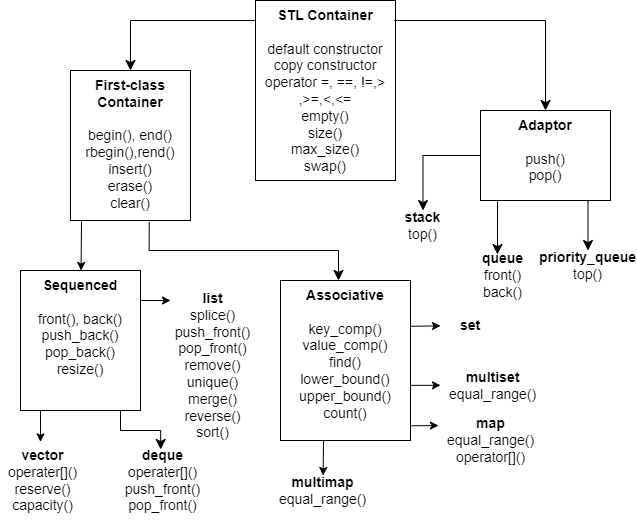
zhaoyan/dev_doc keeps this draw.io diagram as cpp/pics/container.drawio.png. Above is the earlier version. Source tidied: cells renumbered, new cells last; positions are measured from the earlier drawing's top-left corner, leaving out a move shared by most shapes.
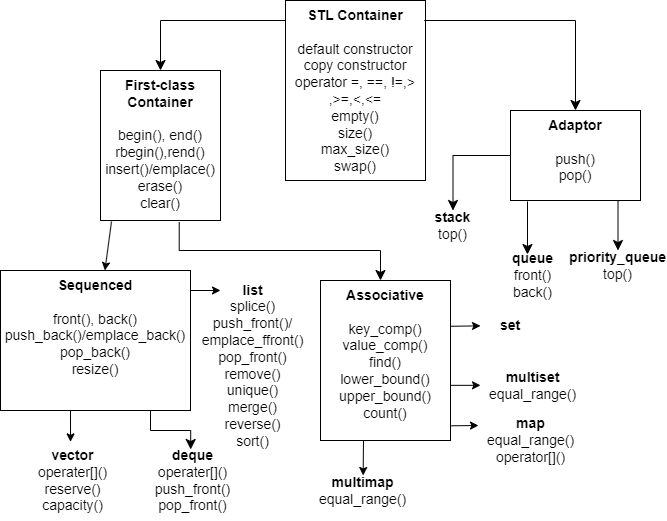
The same diagram one commit later.

Change to the diagram source:
```diff
@@ -8,29 +8,29 @@
     <mxCell id="3" value="&lt;b&gt;Adaptor&lt;/b&gt;&lt;br&gt;&lt;div style=&quot;font-size: 14px;&quot;&gt;&lt;br&gt;&lt;/div&gt;&lt;div style=&quot;font-size: 14px;&quot;&gt;push()&lt;/div&gt;&lt;div style=&quot;font-size: 14px;&quot;&gt;pop()&lt;/div&gt;" style="rounded=0;whiteSpace=wrap;html=1;verticalAlign=top;fontSize=14;" parent="1" vertex="1">
       <mxGeometry x="480" y="110" width="130" height="90" as="geometry" />
     </mxCell>
-    <mxCell id="4" value="&lt;b style=&quot;font-size: 14px;&quot;&gt;First-class Container&lt;/b&gt;&lt;div style=&quot;font-size: 14px;&quot;&gt;&lt;br&gt;&lt;/div&gt;&lt;div style=&quot;font-size: 14px;&quot;&gt;begin(), end()&lt;/div&gt;&lt;div style=&quot;font-size: 14px;&quot;&gt;rbegin(),rend()&lt;/div&gt;&lt;div style=&quot;font-size: 14px;&quot;&gt;insert()&lt;/div&gt;&lt;div style=&quot;font-size: 14px;&quot;&gt;erase()&lt;/div&gt;&lt;div style=&quot;font-size: 14px;&quot;&gt;clear()&lt;/div&gt;" style="rounded=0;whiteSpace=wrap;html=1;verticalAlign=top;fontSize=14;" parent="1" vertex="1">
+    <mxCell id="4" value="&lt;b style=&quot;font-size: 14px;&quot;&gt;First-class Container&lt;/b&gt;&lt;div style=&quot;font-size: 14px;&quot;&gt;&lt;br&gt;&lt;/div&gt;&lt;div style=&quot;font-size: 14px;&quot;&gt;begin(), end()&lt;/div&gt;&lt;div style=&quot;font-size: 14px;&quot;&gt;rbegin(),rend()&lt;/div&gt;&lt;div style=&quot;font-size: 14px;&quot;&gt;insert()/emplace()&lt;/div&gt;&lt;div style=&quot;font-size: 14px;&quot;&gt;erase()&lt;/div&gt;&lt;div style=&quot;font-size: 14px;&quot;&gt;clear()&lt;/div&gt;" style="rounded=0;whiteSpace=wrap;html=1;verticalAlign=top;fontSize=14;" parent="1" vertex="1">
       <mxGeometry x="70" y="70" width="120" height="150" as="geometry" />
     </mxCell>
-    <mxCell id="5" value="&lt;b&gt;Sequenced&lt;/b&gt;&lt;br&gt;&lt;div style=&quot;font-size: 14px;&quot;&gt;&lt;br&gt;&lt;/div&gt;&lt;div style=&quot;font-size: 14px;&quot;&gt;front(), back()&lt;/div&gt;&lt;div style=&quot;font-size: 14px;&quot;&gt;push_back()&lt;/div&gt;&lt;div style=&quot;font-size: 14px;&quot;&gt;pop_back()&lt;/div&gt;&lt;div style=&quot;font-size: 14px;&quot;&gt;resize()&lt;/div&gt;" style="rounded=0;whiteSpace=wrap;html=1;verticalAlign=top;fontSize=14;" parent="1" vertex="1">
-      <mxGeometry x="20" y="270" width="120" height="140" as="geometry" />
+    <mxCell id="5" value="&lt;b&gt;Sequenced&lt;/b&gt;&lt;br&gt;&lt;div style=&quot;font-size: 14px;&quot;&gt;&lt;br&gt;&lt;/div&gt;&lt;div style=&quot;font-size: 14px;&quot;&gt;front(), back()&lt;/div&gt;&lt;div style=&quot;font-size: 14px;&quot;&gt;push_back()&lt;span style=&quot;background-color: initial;&quot;&gt;/emplace_back()&lt;/span&gt;&lt;/div&gt;&lt;div style=&quot;font-size: 14px;&quot;&gt;pop_back()&lt;/div&gt;&lt;div style=&quot;font-size: 14px;&quot;&gt;resize()&lt;/div&gt;" style="rounded=0;whiteSpace=wrap;html=1;verticalAlign=top;fontSize=14;" parent="1" vertex="1">
+      <mxGeometry x="-30" y="270" width="190" height="140" as="geometry" />
     </mxCell>
     <mxCell id="6" value="&lt;b&gt;Associative&lt;/b&gt;&lt;br&gt;&lt;div style=&quot;font-size: 14px;&quot;&gt;&lt;br&gt;&lt;/div&gt;&lt;div style=&quot;font-size: 14px;&quot;&gt;key_comp()&lt;/div&gt;&lt;div style=&quot;font-size: 14px;&quot;&gt;value_comp()&lt;/div&gt;&lt;div style=&quot;font-size: 14px;&quot;&gt;find()&lt;/div&gt;&lt;div style=&quot;font-size: 14px;&quot;&gt;lower_bound()&lt;/div&gt;&lt;div style=&quot;font-size: 14px;&quot;&gt;upper_bound()&lt;/div&gt;&lt;div style=&quot;font-size: 14px;&quot;&gt;count()&lt;/div&gt;" style="rounded=0;whiteSpace=wrap;html=1;verticalAlign=top;fontSize=14;" parent="1" vertex="1">
-      <mxGeometry x="280" y="280" width="130" height="160" as="geometry" />
+      <mxGeometry x="290" y="280" width="130" height="160" as="geometry" />
     </mxCell>
     <mxCell id="7" value="&lt;b&gt;set&lt;/b&gt;" style="text;html=1;align=center;verticalAlign=middle;whiteSpace=wrap;rounded=0;fontSize=14;" parent="1" vertex="1">
-      <mxGeometry x="440" y="310" width="60" height="30" as="geometry" />
+      <mxGeometry x="450" y="310" width="60" height="30" as="geometry" />
     </mxCell>
     <mxCell id="8" value="&lt;b&gt;multiset&lt;/b&gt;&lt;div style=&quot;font-size: 14px;&quot;&gt;equal_range()&lt;/div&gt;" style="text;html=1;align=center;verticalAlign=middle;whiteSpace=wrap;rounded=0;fontSize=14;" parent="1" vertex="1">
-      <mxGeometry x="450" y="370" width="85" height="30" as="geometry" />
+      <mxGeometry x="460" y="370" width="85" height="30" as="geometry" />
     </mxCell>
     <mxCell id="9" value="&lt;b&gt;map&lt;/b&gt;&lt;br&gt;&lt;div style=&quot;font-size: 14px;&quot;&gt;equal_range()&lt;/div&gt;&lt;div style=&quot;font-size: 14px;&quot;&gt;operator[]()&lt;/div&gt;" style="text;html=1;align=center;verticalAlign=middle;whiteSpace=wrap;rounded=0;fontSize=14;" parent="1" vertex="1">
-      <mxGeometry x="448" y="410" width="85" height="60" as="geometry" />
+      <mxGeometry x="458" y="410" width="85" height="60" as="geometry" />
     </mxCell>
     <mxCell id="10" value="&lt;b&gt;multimap&lt;/b&gt;&lt;div style=&quot;font-size: 14px;&quot;&gt;equal_range()&lt;/div&gt;" style="text;html=1;align=center;verticalAlign=middle;whiteSpace=wrap;rounded=0;fontSize=14;" parent="1" vertex="1">
-      <mxGeometry x="280" y="475" width="85" height="30" as="geometry" />
+      <mxGeometry x="290" y="475" width="85" height="30" as="geometry" />
     </mxCell>
-    <mxCell id="11" value="&lt;b&gt;list&lt;/b&gt;&lt;br&gt;&lt;div style=&quot;font-size: 14px;&quot;&gt;splice()&lt;/div&gt;&lt;div style=&quot;font-size: 14px;&quot;&gt;push_front()&lt;/div&gt;&lt;div style=&quot;font-size: 14px;&quot;&gt;pop_front()&lt;/div&gt;&lt;div style=&quot;font-size: 14px;&quot;&gt;remove()&lt;/div&gt;&lt;div style=&quot;font-size: 14px;&quot;&gt;unique()&lt;/div&gt;&lt;div style=&quot;font-size: 14px;&quot;&gt;merge()&lt;/div&gt;&lt;div style=&quot;font-size: 14px;&quot;&gt;reverse()&lt;/div&gt;&lt;div style=&quot;font-size: 14px;&quot;&gt;sort()&lt;/div&gt;" style="text;html=1;align=center;verticalAlign=middle;whiteSpace=wrap;rounded=0;fontSize=14;" parent="1" vertex="1">
-      <mxGeometry x="170" y="280" width="85" height="170" as="geometry" />
+    <mxCell id="11" value="&lt;b&gt;list&lt;/b&gt;&lt;br&gt;&lt;div style=&quot;font-size: 14px;&quot;&gt;splice()&lt;/div&gt;&lt;div style=&quot;font-size: 14px;&quot;&gt;push_front()/&lt;/div&gt;&lt;div style=&quot;font-size: 14px;&quot;&gt;emplace_ffront()&lt;/div&gt;&lt;div style=&quot;font-size: 14px;&quot;&gt;pop_front()&lt;/div&gt;&lt;div style=&quot;font-size: 14px;&quot;&gt;remove()&lt;/div&gt;&lt;div style=&quot;font-size: 14px;&quot;&gt;unique()&lt;/div&gt;&lt;div style=&quot;font-size: 14px;&quot;&gt;merge()&lt;/div&gt;&lt;div style=&quot;font-size: 14px;&quot;&gt;reverse()&lt;/div&gt;&lt;div style=&quot;font-size: 14px;&quot;&gt;sort()&lt;/div&gt;" style="text;html=1;align=center;verticalAlign=middle;whiteSpace=wrap;rounded=0;fontSize=14;" parent="1" vertex="1">
+      <mxGeometry x="180" y="280" width="85" height="170" as="geometry" />
     </mxCell>
     <mxCell id="12" value="&lt;b&gt;deque&lt;/b&gt;&lt;br&gt;&lt;div style=&quot;font-size: 14px;&quot;&gt;operater[]()&lt;/div&gt;&lt;div style=&quot;font-size: 14px;&quot;&gt;push_front()&lt;/div&gt;&lt;div style=&quot;font-size: 14px;&quot;&gt;pop_front()&lt;/div&gt;" style="text;html=1;align=center;verticalAlign=middle;whiteSpace=wrap;rounded=0;fontSize=14;" parent="1" vertex="1">
       <mxGeometry x="120" y="450" width="85" height="60" as="geometry" />
@@ -80,24 +80,24 @@
     </mxCell>
     <mxCell id="23" style="endArrow=classic;html=1;rounded=0;exitX=1;exitY=0.25;exitDx=0;exitDy=0;" parent="1" edge="1">
       <mxGeometry relative="1" as="geometry">
-        <mxPoint x="410" y="384.8" as="sourcePoint" />
-        <mxPoint x="440" y="384.8" as="targetPoint" />
+        <mxPoint x="420" y="384.8" as="sourcePoint" />
+        <mxPoint x="450" y="384.8" as="targetPoint" />
       </mxGeometry>
     </mxCell>
     <mxCell id="24" style="endArrow=classic;html=1;rounded=0;exitX=1.007;exitY=0.908;exitDx=0;exitDy=0;exitPerimeter=0;" parent="1" edge="1" source="6">
       <mxGeometry relative="1" as="geometry">
-        <mxPoint x="438" y="425" as="targetPoint" />
+        <mxPoint x="448" y="425" as="targetPoint" />
       </mxGeometry>
     </mxCell>
     <mxCell id="25" style="endArrow=classic;html=1;rounded=0;exitX=1;exitY=0.25;exitDx=0;exitDy=0;" parent="1" edge="1" target="10">
       <mxGeometry relative="1" as="geometry">
-        <mxPoint x="323" y="440" as="sourcePoint" />
+        <mxPoint x="333" y="440" as="sourcePoint" />
       </mxGeometry>
     </mxCell>
     <mxCell id="26" style="endArrow=classic;html=1;rounded=0;exitX=1;exitY=0.25;exitDx=0;exitDy=0;" parent="1" edge="1">
       <mxGeometry relative="1" as="geometry">
-        <mxPoint x="140" y="300" as="sourcePoint" />
-        <mxPoint x="170" y="300" as="targetPoint" />
+        <mxPoint x="160" y="290" as="sourcePoint" />
+        <mxPoint x="190" y="290" as="targetPoint" />
       </mxGeometry>
     </mxCell>
     <mxCell id="27" style="endArrow=classic;html=1;rounded=0;exitX=1;exitY=0.25;exitDx=0;exitDy=0;entryX=0.471;entryY=0.017;entryDx=0;entryDy=0;entryPerimeter=0;" parent="1" edge="1" target="13">
@@ -119,12 +119,13 @@
         <mxPoint x="81" y="221" as="sourcePoint" />
       </mxGeometry>
     </mxCell>
-    <mxCell id="30" style="edgeStyle=segmentEdgeStyle;endArrow=classic;html=1;curved=0;rounded=0;endSize=8;startSize=8;exitX=0.656;exitY=1.012;exitDx=0;exitDy=0;entryX=0.5;entryY=0;entryDx=0;entryDy=0;exitPerimeter=0;" parent="1" edge="1" source="4">
+    <mxCell id="30" style="edgeStyle=segmentEdgeStyle;endArrow=classic;html=1;curved=0;rounded=0;endSize=8;startSize=8;exitX=0.656;exitY=1.012;exitDx=0;exitDy=0;exitPerimeter=0;" parent="1" edge="1" source="4">
       <mxGeometry relative="1" as="geometry">
-        <mxPoint x="338" y="280" as="targetPoint" />
+        <mxPoint x="350" y="280" as="targetPoint" />
         <Array as="points">
           <mxPoint x="149" y="250" />
-          <mxPoint x="338" y="250" />
+          <mxPoint x="350" y="250" />
+          <mxPoint x="350" y="280" />
         </Array>
       </mxGeometry>
     </mxCell>
```
